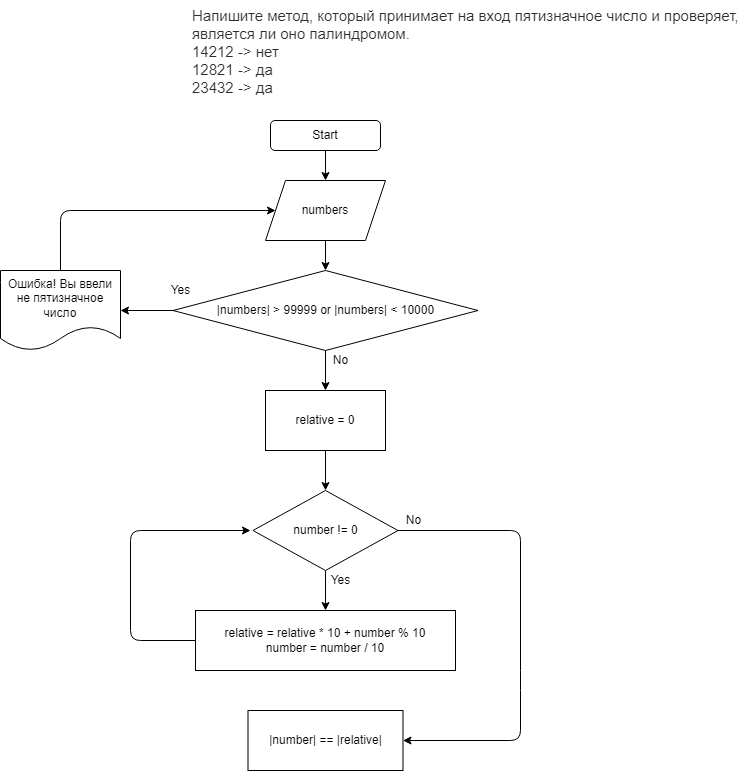
Before: HomeWork03/Example01/diagram.drawio.png, a diagram exported from draw.io (SashaVladimirovich/CSharpProject). Source tidied: cells renumbered, new cells last; positions are measured from the earlier drawing's top-left corner, leaving out a move shared by most shapes.
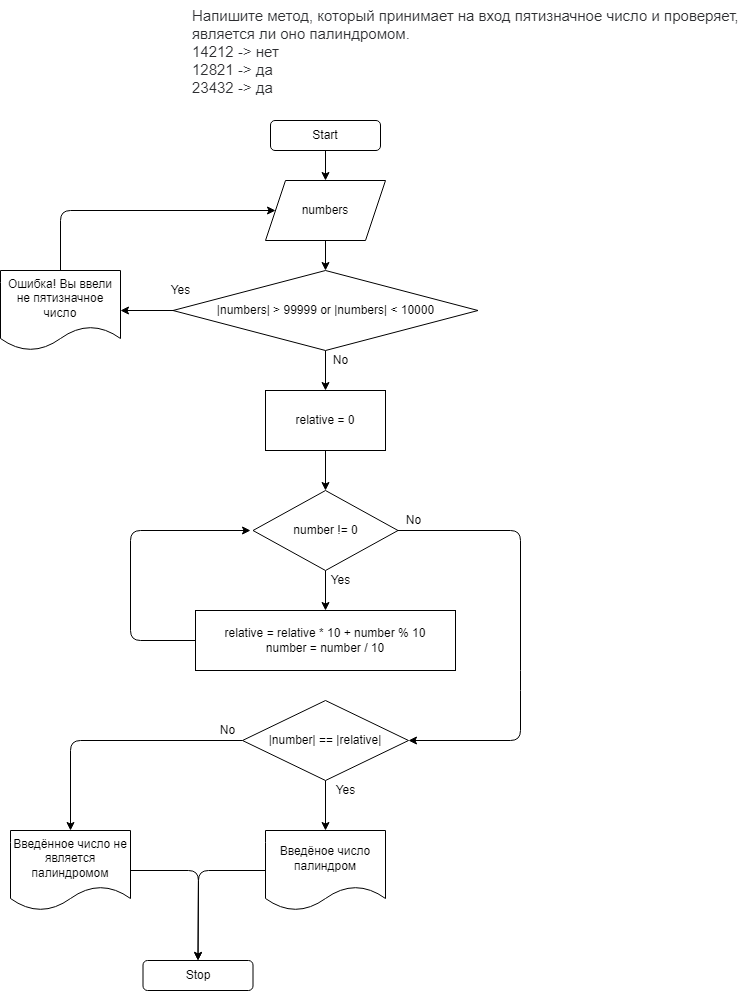
The same file after the commit.

Commit message:
Исправление решения Задачи №19

Diff of the diagram source:
```diff
@@ -78,11 +78,50 @@
     <mxCell id="21" value="Yes" style="text;html=1;align=center;verticalAlign=middle;strokeColor=none;fillColor=none;" parent="1" vertex="1">
       <mxGeometry x="320" y="570" width="40" height="20" as="geometry" />
     </mxCell>
+    <mxCell id="23" value="No" style="text;html=1;align=center;verticalAlign=middle;strokeColor=none;fillColor=none;" parent="1" vertex="1">
+      <mxGeometry x="397.5" y="510" width="30" height="20" as="geometry" />
+    </mxCell>
+    <mxCell id="24" style="edgeStyle=none;html=1;" parent="1" edge="1" source="22" target="27">
+      <mxGeometry relative="1" as="geometry" />
+    </mxCell>
+    <mxCell id="25" style="edgeStyle=none;html=1;entryX=0.5;entryY=0;entryDx=0;entryDy=0;" parent="1" edge="1" source="22" target="30">
+      <mxGeometry relative="1" as="geometry">
+        <Array as="points">
+          <mxPoint x="70" y="740" />
+        </Array>
+      </mxGeometry>
+    </mxCell>
-    <mxCell id="22" value="|number| == |relative|" style="rounded=0;whiteSpace=wrap;html=1;" parent="1" vertex="1">
-      <mxGeometry x="247.5" y="710" width="155" height="60" as="geometry" />
+    <mxCell id="22" value="&lt;span&gt;|number| == |relative|&lt;/span&gt;" style="rhombus;whiteSpace=wrap;html=1;" parent="1" vertex="1">
+      <mxGeometry x="242" y="700" width="166" height="80" as="geometry" />
     </mxCell>
-    <mxCell id="23" value="No" style="text;html=1;align=center;verticalAlign=middle;strokeColor=none;fillColor=none;" parent="1" vertex="1">
-      <mxGeometry x="397.5" y="510" width="30" height="20" as="geometry" />
-    </mxCell>
+    <mxCell id="26" style="edgeStyle=none;html=1;entryX=0.5;entryY=0;entryDx=0;entryDy=0;" parent="1" edge="1" source="27" target="32">
+      <mxGeometry relative="1" as="geometry">
+        <Array as="points">
+          <mxPoint x="198" y="870" />
+        </Array>
+      </mxGeometry>
+    </mxCell>
+    <mxCell id="27" value="Введёное число палиндром" style="shape=document;whiteSpace=wrap;html=1;boundedLbl=1;" parent="1" vertex="1">
+      <mxGeometry x="265" y="830" width="120" height="80" as="geometry" />
+    </mxCell>
+    <mxCell id="28" value="Yes" style="text;html=1;align=center;verticalAlign=middle;strokeColor=none;fillColor=none;" parent="1" vertex="1">
+      <mxGeometry x="325" y="780" width="40" height="20" as="geometry" />
+    </mxCell>
+    <mxCell id="29" style="edgeStyle=none;html=1;entryX=0.5;entryY=0;entryDx=0;entryDy=0;" parent="1" edge="1" source="30" target="32">
+      <mxGeometry relative="1" as="geometry">
+        <Array as="points">
+          <mxPoint x="198" y="870" />
+        </Array>
+      </mxGeometry>
+    </mxCell>
+    <mxCell id="30" value="Введённое число не является палиндромом" style="shape=document;whiteSpace=wrap;html=1;boundedLbl=1;" parent="1" vertex="1">
+      <mxGeometry x="10" y="830" width="120" height="80" as="geometry" />
+    </mxCell>
+    <mxCell id="31" value="No" style="text;html=1;align=center;verticalAlign=middle;strokeColor=none;fillColor=none;" parent="1" vertex="1">
+      <mxGeometry x="212" y="720" width="30" height="20" as="geometry" />
+    </mxCell>
+    <mxCell id="32" value="Stop" style="rounded=1;whiteSpace=wrap;html=1;" parent="1" vertex="1">
+      <mxGeometry x="142.5" y="960" width="110" height="30" as="geometry" />
+    </mxCell>
   </root>
 </mxGraphModel>
```
